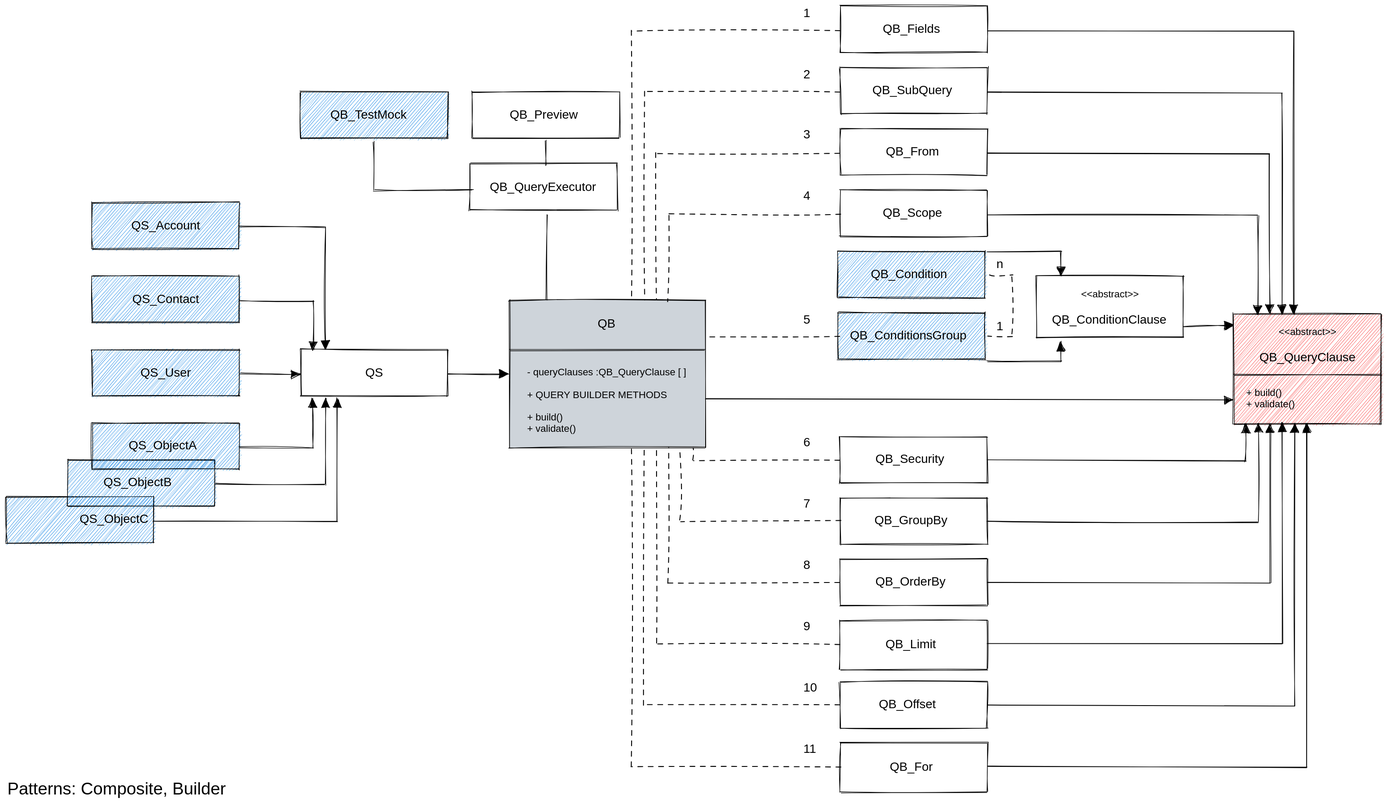
beyond-the-cloud-dev/soql-lib keeps this Excalidraw diagram as README.svg. Above is the earlier version. Source tidied: one line per element, renumbered; positions are measured from the earlier drawing's top-left corner, leaving out a move shared by most shapes.
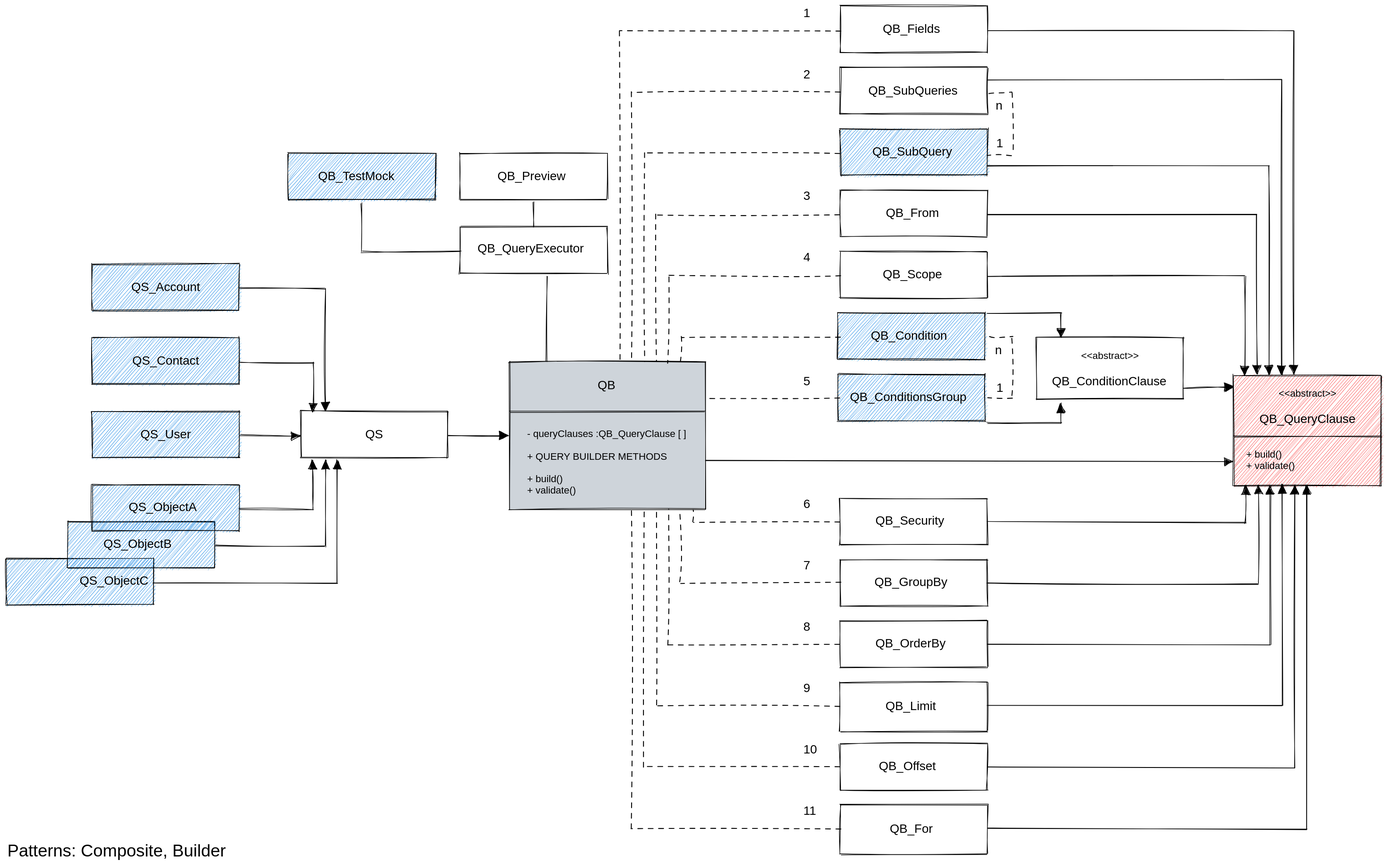
The same file after the commit.

Diff of the diagram source:
```diff
@@ -1,6 +1,6 @@
-{"id": 0, "type": "rectangle", "strokeColor": "#000000", "strokeWidth": 1, "roughness": 1, "x": 1360, "y": 0, "width": 240, "height": 76}
+{"id": 0, "type": "rectangle", "strokeColor": "#000000", "strokeWidth": 1, "roughness": 1, "x": 1360, "y": -100, "width": 240, "height": 76}
-{"id": 1, "type": "text", "text": "QB_Fields", "strokeColor": "#000000", "strokeWidth": 1, "roughness": 1, "fontSize": 20, "fontFamily": 2, "x": 1430, "y": 25, "width": 95, "height": 23}
+{"id": 1, "type": "text", "text": "QB_Fields", "strokeColor": "#000000", "strokeWidth": 1, "roughness": 1, "fontSize": 20, "fontFamily": 2, "x": 1430, "y": -75, "width": 95, "height": 23}
-{"id": 2, "type": "rectangle", "strokeColor": "#000000", "strokeWidth": 1, "roughness": 1, "x": 1360, "y": 100, "width": 240, "height": 76}
+{"id": 2, "type": "rectangle", "strokeColor": "#000000", "backgroundColor": "#228be6", "fillStyle": "hachure", "strokeWidth": 1, "roughness": 1, "x": 1360, "y": 100, "width": 240, "height": 76}
 {"id": 3, "type": "text", "text": "QB_SubQuery", "strokeColor": "#000000", "strokeWidth": 1, "roughness": 1, "fontSize": 20, "fontFamily": 2, "x": 1412, "y": 125, "width": 132, "height": 23}
 {"id": 4, "type": "rectangle", "strokeColor": "#000000", "strokeWidth": 1, "roughness": 1, "x": 1360, "y": 200, "width": 240, "height": 76}
 {"id": 5, "type": "text", "text": "QB_From", "strokeColor": "#000000", "strokeWidth": 1, "roughness": 1, "fontSize": 20, "fontFamily": 2, "x": 1434, "y": 225, "width": 89, "height": 23}
@@ -22,13 +22,13 @@
 {"id": 21, "type": "text", "text": "QB_Condition", "strokeColor": "#000000", "strokeWidth": 1, "roughness": 1, "fontSize": 20, "fontFamily": 2, "x": 1410, "y": 425, "width": 127, "height": 23}
 {"id": 22, "type": "rectangle", "strokeColor": "#000000", "backgroundColor": "#228be6", "fillStyle": "hachure", "strokeWidth": 1, "roughness": 1, "x": 1356, "y": 500, "width": 240, "height": 76}
 {"id": 23, "type": "text", "text": "QB_ConditionsGroup", "strokeColor": "#000000", "strokeWidth": 1, "roughness": 1, "fontSize": 20, "fontFamily": 2, "x": 1376, "y": 525, "width": 192, "height": 23}
-{"id": 24, "type": "rectangle", "strokeColor": "#000000", "strokeWidth": 1, "roughness": 1, "x": 756, "y": 257, "width": 240, "height": 76}
+{"id": 24, "type": "rectangle", "strokeColor": "#000000", "strokeWidth": 1, "roughness": 1, "x": 740, "y": 260, "width": 240, "height": 76}
-{"id": 25, "type": "text", "text": "QB_QueryExecutor", "strokeColor": "#000000", "strokeWidth": 1, "roughness": 1, "fontSize": 20, "fontFamily": 2, "x": 788, "y": 283, "width": 175, "height": 23}
+{"id": 25, "type": "text", "text": "QB_QueryExecutor", "strokeColor": "#000000", "strokeWidth": 1, "roughness": 1, "fontSize": 20, "fontFamily": 2, "x": 768, "y": 283, "width": 175, "height": 23}
-{"id": 26, "type": "rectangle", "strokeColor": "#000000", "backgroundColor": "#228be6", "fillStyle": "hachure", "strokeWidth": 1, "roughness": 1, "x": 480, "y": 140, "width": 240, "height": 76}
+{"id": 26, "type": "rectangle", "strokeColor": "#000000", "backgroundColor": "#228be6", "fillStyle": "hachure", "strokeWidth": 1, "roughness": 1, "x": 460, "y": 140, "width": 240, "height": 76}
-{"id": 27, "type": "text", "text": "QB_TestMock", "strokeColor": "#000000", "strokeWidth": 1, "roughness": 1, "fontSize": 20, "fontFamily": 2, "x": 528, "y": 165, "width": 126, "height": 23}
+{"id": 27, "type": "text", "text": "QB_TestMock", "strokeColor": "#000000", "strokeWidth": 1, "roughness": 1, "fontSize": 20, "fontFamily": 2, "x": 508, "y": 165, "width": 126, "height": 23}
-{"id": 28, "type": "line", "strokeColor": "#000000", "strokeWidth": 1, "roughness": 1, "x": 880, "y": 220, "width": 0, "height": 40, "points": [[0, 0], [0, 40]]}
+{"id": 28, "type": "line", "strokeColor": "#000000", "strokeWidth": 1, "roughness": 1, "x": 860, "y": 220, "width": 0, "height": 40, "points": [[0, 0], [0, 40]]}
-{"id": 29, "type": "text", "text": "1", "strokeColor": "#000000", "backgroundColor": "#228be6", "fillStyle": "hachure", "strokeWidth": 1, "roughness": 1, "fontSize": 20, "fontFamily": 2, "x": 1300, "y": 0, "width": 13, "height": 23}
+{"id": 29, "type": "text", "text": "1", "strokeColor": "#000000", "backgroundColor": "#228be6", "fillStyle": "hachure", "strokeWidth": 1, "roughness": 1, "fontSize": 20, "fontFamily": 2, "x": 1300, "y": -100, "width": 13, "height": 23}
-{"id": 30, "type": "text", "text": "2", "strokeColor": "#000000", "backgroundColor": "#228be6", "fillStyle": "hachure", "strokeWidth": 1, "roughness": 1, "fontSize": 20, "fontFamily": 2, "x": 1300, "y": 100, "width": 13, "height": 23}
+{"id": 30, "type": "text", "text": "2", "strokeColor": "#000000", "backgroundColor": "#228be6", "fillStyle": "hachure", "strokeWidth": 1, "roughness": 1, "fontSize": 20, "fontFamily": 2, "x": 1300, "y": 0, "width": 13, "height": 23}
 {"id": 31, "type": "text", "text": "3", "strokeColor": "#000000", "backgroundColor": "#228be6", "fillStyle": "hachure", "strokeWidth": 1, "roughness": 1, "fontSize": 20, "fontFamily": 2, "x": 1300, "y": 198, "width": 13, "height": 23}
 {"id": 32, "type": "text", "text": "4", "strokeColor": "#000000", "backgroundColor": "#228be6", "fillStyle": "hachure", "strokeWidth": 1, "roughness": 1, "fontSize": 20, "fontFamily": 2, "x": 1300, "y": 298, "width": 13, "height": 23}
 {"id": 33, "type": "text", "text": "5", "strokeColor": "#000000", "backgroundColor": "#228be6", "fillStyle": "hachure", "strokeWidth": 1, "roughness": 1, "fontSize": 20, "fontFamily": 2, "x": 1300, "y": 500, "width": 13, "height": 23}
@@ -50,8 +50,8 @@
 {"id": 49, "type": "text", "text": "QS_ObjectA", "strokeColor": "#000000", "backgroundColor": "#fa5252", "fillStyle": "hachure", "strokeWidth": 1, "roughness": 1, "fontSize": 20, "fontFamily": 2, "x": 200, "y": 705, "width": 113, "height": 23}
 {"id": 50, "type": "text", "text": "QS_ObjectB", "strokeColor": "#000000", "backgroundColor": "#fa5252", "fillStyle": "hachure", "strokeWidth": 1, "roughness": 1, "fontSize": 20, "fontFamily": 2, "x": 158, "y": 765, "width": 113, "height": 23}
 {"id": 51, "type": "text", "text": "QS_ObjectC", "strokeColor": "#000000", "backgroundColor": "#fa5252", "fillStyle": "hachure", "strokeWidth": 1, "roughness": 1, "fontSize": 20, "fontFamily": 2, "x": 120, "y": 825, "width": 114, "height": 23}
-{"id": 52, "type": "rectangle", "strokeColor": "#000000", "strokeWidth": 1, "roughness": 1, "x": 760, "y": 140, "width": 240, "height": 76}
+{"id": 52, "type": "rectangle", "strokeColor": "#000000", "strokeWidth": 1, "roughness": 1, "x": 740, "y": 140, "width": 240, "height": 76}
-{"id": 53, "type": "text", "text": "QB_Preview", "strokeColor": "#000000", "strokeWidth": 1, "roughness": 1, "fontSize": 20, "fontFamily": 2, "x": 821, "y": 165, "width": 113, "height": 23}
+{"id": 53, "type": "text", "text": "QB_Preview", "strokeColor": "#000000", "strokeWidth": 1, "roughness": 1, "fontSize": 20, "fontFamily": 2, "x": 801, "y": 165, "width": 113, "height": 23}
 {"id": 54, "type": "rectangle", "strokeColor": "#000000", "backgroundColor": "#fa5252", "fillStyle": "hachure", "strokeWidth": 1, "roughness": 1, "x": 2002, "y": 502, "width": 240, "height": 180}
 {"id": 55, "type": "text", "text": "QB_QueryClause", "strokeColor": "#000000", "backgroundColor": "#fa5252", "fillStyle": "hachure", "strokeWidth": 1, "roughness": 1, "fontSize": 20, "fontFamily": 2, "textAlign": "center", "x": 2043, "y": 562, "width": 159, "height": 23}
 {"id": 56, "type": "text", "text": "<<abstract>>", "strokeColor": "#000000", "backgroundColor": "#fa5252", "fillStyle": "cross-hatch", "strokeWidth": 1, "strokeStyle": "dashed", "roughness": 1, "fontSize": 16, "fontFamily": 2, "textAlign": "center", "x": 2074, "y": 522, "width": 96, "height": 18}
@@ -73,10 +73,10 @@
 {"id": 72, "type": "line", "strokeColor": "#000000", "strokeWidth": 1, "strokeStyle": "dashed", "roughness": 1, "x": 1360, "y": 1140, "width": 320, "height": 420, "points": [[0, 0], [-320, 0], [-320, -420]]}
 {"id": 73, "type": "line", "strokeColor": "#000000", "strokeWidth": 1, "strokeStyle": "dashed", "roughness": 1, "x": 1360, "y": 1240, "width": 340, "height": 520, "points": [[0, 0], [-340, 0], [-340, -520]]}
 {"id": 74, "type": "arrow", "strokeColor": "#000000", "strokeWidth": 1, "roughness": 1, "endArrowhead": "triangle", "from": 59, "to": 54, "x": 1140, "y": 641, "width": 860, "height": 1, "points": [[0, 0], [860, 1]]}
-{"id": 75, "type": "arrow", "strokeColor": "#000000", "strokeWidth": 1, "roughness": 1, "endArrowhead": "triangle", "from": 6, "to": 54, "x": 1600, "y": 340, "width": 441, "height": 162, "points": [[0, 0], [441, 2], [441, 162]]}
+{"id": 75, "type": "arrow", "strokeColor": "#000000", "strokeWidth": 1, "roughness": 1, "endArrowhead": "triangle", "from": 6, "to": 54, "x": 1600, "y": 340, "width": 420, "height": 160, "points": [[0, 0], [420, 0], [420, 160]]}
-{"id": 76, "type": "arrow", "strokeColor": "#000000", "strokeWidth": 1, "roughness": 1, "endArrowhead": "triangle", "from": 4, "to": 54, "x": 1600, "y": 240, "width": 461, "height": 261, "points": [[0, 0], [461, 1], [461, 261]]}
+{"id": 76, "type": "arrow", "strokeColor": "#000000", "strokeWidth": 1, "roughness": 1, "endArrowhead": "triangle", "from": 4, "to": 54, "x": 1600, "y": 240, "width": 440, "height": 260, "points": [[0, 0], [440, 0], [440, 260]]}
-{"id": 77, "type": "arrow", "strokeColor": "#000000", "strokeWidth": 1, "roughness": 1, "endArrowhead": "triangle", "from": 2, "to": 54, "x": 1600, "y": 140, "width": 481, "height": 362, "points": [[0, 0], [481, 2], [481, 362]]}
+{"id": 77, "type": "arrow", "strokeColor": "#000000", "strokeWidth": 1, "roughness": 1, "endArrowhead": "triangle", "from": 2, "to": 54, "x": 1600, "y": 160, "width": 460, "height": 340, "points": [[0, 0], [460, 0], [460, 340]]}
-{"id": 78, "type": "arrow", "strokeColor": "#000000", "strokeWidth": 1, "roughness": 1, "endArrowhead": "triangle", "from": 0, "to": 54, "x": 1600, "y": 40, "width": 500, "height": 461, "points": [[0, 0], [500, 1], [500, 461]]}
+{"id": 78, "type": "arrow", "strokeColor": "#000000", "strokeWidth": 1, "roughness": 1, "endArrowhead": "triangle", "from": 106, "to": 54, "x": 1600, "y": 20, "width": 480, "height": 480, "points": [[0, 0], [480, 0], [480, 480]]}
 {"id": 79, "type": "arrow", "strokeColor": "#000000", "strokeWidth": 1, "roughness": 1, "endArrowhead": "triangle", "from": 8, "x": 1600, "y": 740, "width": 421, "height": 60, "points": [[0, 0], [421, 2], [421, -58]]}
 {"id": 80, "type": "arrow", "strokeColor": "#000000", "strokeWidth": 1, "roughness": 1, "endArrowhead": "triangle", "from": 10, "x": 1600, "y": 840, "width": 441, "height": 160, "points": [[0, 0], [441, 2], [441, -158]]}
 {"id": 81, "type": "arrow", "strokeColor": "#000000", "strokeWidth": 1, "roughness": 1, "endArrowhead": "triangle", "from": 12, "x": 1600, "y": 940, "width": 461, "height": 260, "points": [[0, 0], [461, 2], [461, -258]]}
@@ -84,7 +84,7 @@
 {"id": 83, "type": "arrow", "strokeColor": "#000000", "strokeWidth": 1, "roughness": 1, "endArrowhead": "triangle", "from": 16, "x": 1600, "y": 1140, "width": 501, "height": 460, "points": [[0, 0], [501, 2], [501, -458]]}
 {"id": 84, "type": "arrow", "strokeColor": "#000000", "strokeWidth": 1, "roughness": 1, "endArrowhead": "triangle", "from": 18, "x": 1600, "y": 1240, "width": 521, "height": 560, "points": [[0, 0], [521, 2], [521, -558]]}
 {"id": 85, "type": "line", "strokeColor": "#000000", "strokeWidth": 1, "roughness": 1, "x": 881, "y": 480, "width": 0, "height": 140, "points": [[0, 0], [0, -140]]}
-{"id": 86, "type": "line", "strokeColor": "#000000", "strokeWidth": 1, "roughness": 1, "x": 760, "y": 300, "width": 160, "height": 80, "points": [[0, 0], [-160, 0], [-160, -80]]}
+{"id": 86, "type": "line", "strokeColor": "#000000", "strokeWidth": 1, "roughness": 1, "x": 740, "y": 300, "width": 160, "height": 80, "points": [[0, 0], [-160, 0], [-160, -80]]}
 {"id": 87, "type": "rectangle", "strokeColor": "#000000", "strokeWidth": 1, "roughness": 1, "x": 480, "y": 560, "width": 240, "height": 76}
 {"id": 88, "type": "text", "text": "QS", "strokeColor": "#000000", "strokeWidth": 1, "roughness": 1, "fontSize": 20, "fontFamily": 2, "textAlign": "center", "verticalAlign": "middle", "inside": 87, "x": 584, "y": 586, "width": 31, "height": 23}
 {"id": 89, "type": "arrow", "strokeColor": "#000000", "strokeWidth": 1, "roughness": 1, "endArrowhead": "triangle", "from": 87, "to": 59, "x": 721, "y": 600, "width": 98, "height": 0, "points": [[0, 0], [98, 0]]}
@@ -102,5 +102,13 @@
 {"id": 101, "type": "arrow", "strokeColor": "#000000", "strokeWidth": 1, "roughness": 1, "endArrowhead": "triangle", "from": 98, "to": 54, "x": 1921, "y": 523, "width": 79, "height": 2, "points": [[0, 0], [79, -2]]}
 {"id": 102, "type": "text", "text": "<<abstract>>", "strokeColor": "#000000", "backgroundColor": "#fa5252", "fillStyle": "cross-hatch", "strokeWidth": 1, "strokeStyle": "dashed", "roughness": 1, "fontSize": 16, "fontFamily": 2, "textAlign": "center", "x": 1752, "y": 460, "width": 96, "height": 18}
 {"id": 103, "type": "line", "strokeColor": "#000000", "strokeWidth": 1, "strokeStyle": "dashed", "roughness": 1, "x": 1602, "y": 440, "width": 39, "height": 100, "points": [[0, 0], [39, 0], [39, 100], [0, 100]]}
-{"id": 104, "type": "text", "text": "n", "strokeColor": "#000000", "strokeWidth": 1, "strokeStyle": "dashed", "roughness": 1, "fontSize": 20, "fontFamily": 2, "x": 1615, "y": 409, "width": 13, "height": 23}
+{"id": 104, "type": "text", "text": "n", "strokeColor": "#000000", "strokeWidth": 1, "strokeStyle": "dashed", "roughness": 1, "fontSize": 20, "fontFamily": 2, "x": 1613, "y": 449, "width": 13, "height": 23}
 {"id": 105, "type": "text", "text": "1", "strokeColor": "#000000", "strokeWidth": 1, "strokeStyle": "dashed", "roughness": 1, "fontSize": 20, "fontFamily": 2, "x": 1615, "y": 511, "width": 13, "height": 23}
+{"id": 106, "type": "rectangle", "strokeColor": "#000000", "strokeWidth": 1, "roughness": 1, "x": 1360, "y": 0, "width": 240, "height": 76}
+{"id": 107, "type": "text", "text": "QB_SubQueries", "strokeColor": "#000000", "strokeWidth": 1, "roughness": 1, "fontSize": 20, "fontFamily": 2, "x": 1406, "y": 26, "width": 148, "height": 23}
+{"id": 108, "type": "line", "strokeColor": "#000000", "strokeWidth": 1, "strokeStyle": "dashed", "roughness": 1, "x": 1602, "y": 42, "width": 39, "height": 100, "points": [[0, 0], [39, 0], [39, 100], [0, 100]]}
+{"id": 109, "type": "text", "text": "1", "strokeColor": "#000000", "strokeWidth": 1, "strokeStyle": "dashed", "roughness": 1, "fontSize": 20, "fontFamily": 2, "x": 1615, "y": 112, "width": 13, "height": 23}
+{"id": 110, "type": "text", "text": "n", "strokeColor": "#000000", "strokeWidth": 1, "strokeStyle": "dashed", "roughness": 1, "fontSize": 20, "fontFamily": 2, "x": 1614, "y": 51, "width": 13, "height": 23}
+{"id": 111, "type": "arrow", "strokeColor": "#000000", "strokeWidth": 1, "roughness": 1, "endArrowhead": "triangle", "from": 0, "to": 54, "x": 1600, "y": -60, "width": 500, "height": 560, "points": [[0, 0], [500, 0], [500, 560]]}
+{"id": 112, "type": "line", "strokeColor": "#000000", "strokeWidth": 1, "strokeStyle": "dashed", "roughness": 1, "x": 1361, "y": -60, "width": 360, "height": 540, "points": [[0, 0], [-360, 0], [-359, 540]]}
+{"id": 113, "type": "line", "strokeColor": "#000000", "strokeWidth": 1, "strokeStyle": "dashed", "roughness": 1, "x": 1360, "y": 440, "width": 260, "height": 40, "points": [[0, 0], [-260, 0], [-260, 40]]}
```
